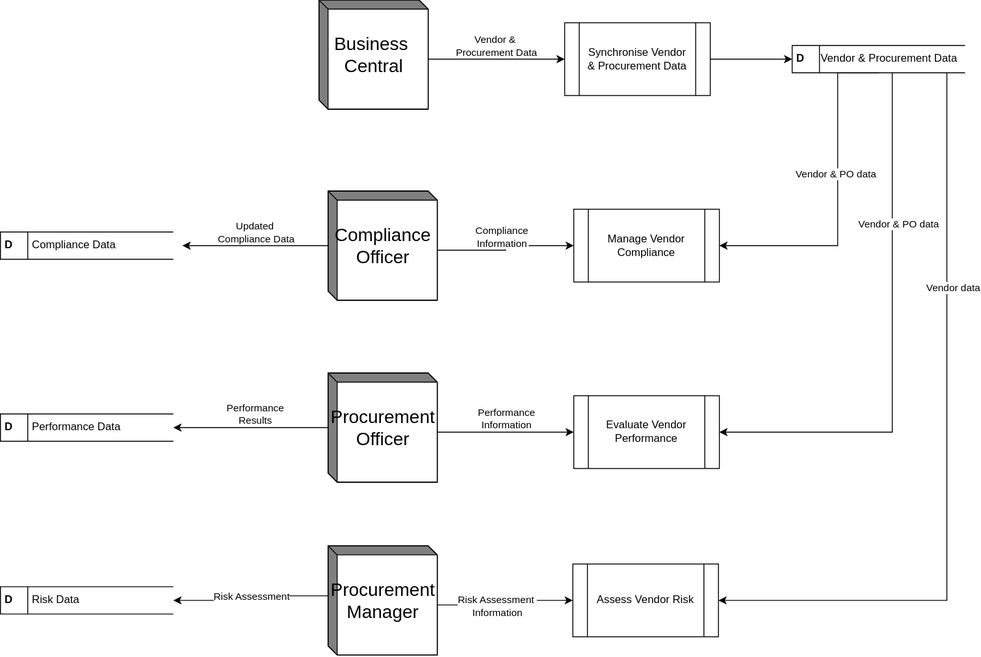
The draw.io diagram docs/diagrams/Logical Data Flow Diagram.svg in toushifhossain1/Procurement-Intelligence-Vendor-Risk-Platform, before a commit. Source tidied: cells renumbered, new cells last; positions are measured from the earlier drawing's top-left corner, leaving out a move shared by most shapes.
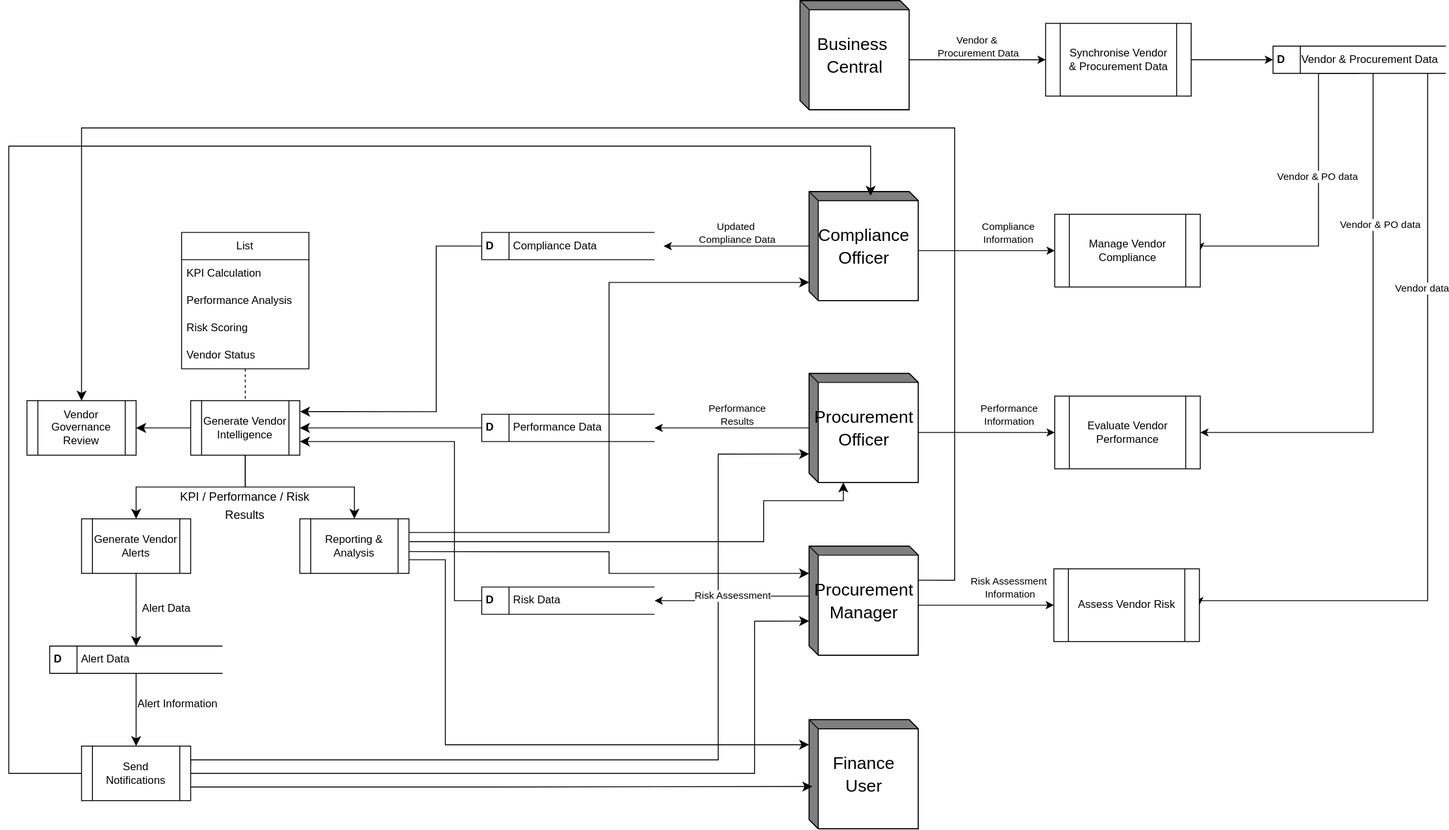
After the commit.

Commit message:
Added Logical DFD and inserted in the Software Design Document

Change to the diagram source:
```diff
@@ -2,6 +2,17 @@
   <root>
     <mxCell id="0" />
     <mxCell id="1" parent="0" />
+    <mxCell id="35" style="endArrow=classic;html=1;rounded=0;fontSize=12;startSize=8;endSize=8;entryX=0;entryY=0;entryDx=0;entryDy=82.5;entryPerimeter=0;exitX=1;exitY=0.25;exitDx=0;exitDy=0;edgeStyle=orthogonalEdgeStyle;" parent="1" edge="1">
+      <mxGeometry relative="1" as="geometry">
+        <mxPoint x="-320" y="841.2" as="sourcePoint" />
+        <mxPoint x="360" y="498.8" as="targetPoint" />
+        <Array as="points">
+          <mxPoint x="-320" y="835.2" />
+          <mxPoint x="260" y="835.2" />
+          <mxPoint x="260" y="498.8" />
+        </Array>
+      </mxGeometry>
+    </mxCell>
     <mxCell id="2" style="edgeStyle=orthogonalEdgeStyle;rounded=0;jettySize=auto;html=1;exitX=0;exitY=0;exitDx=120;exitDy=65;exitPerimeter=0;entryX=0;entryY=0.5;entryDx=0;entryDy=0;" parent="1" edge="1" source="4" target="6">
       <mxGeometry relative="1" as="geometry" />
     </mxCell>
@@ -10,7 +21,7 @@
         <mxPoint x="-2" y="-17" as="offset" />
       </mxGeometry>
     </mxCell>
-    <mxCell id="4" value="Business&amp;nbsp;&lt;div&gt;Central&lt;/div&gt;" style="html=1;dashed=0;whitespace=wrap;shape=mxgraph.dfd.externalEntity;rounded=1;shadow=0;glass=0;sketch=0;fontSize=20;startSize=23;" parent="1" vertex="1">
+    <mxCell id="4" value="&lt;font style=&quot;font-size: 19px;&quot;&gt;Business&amp;nbsp;&lt;/font&gt;&lt;div&gt;&lt;font style=&quot;font-size: 19px;&quot;&gt;Central&lt;/font&gt;&lt;/div&gt;" style="html=1;dashed=0;whitespace=wrap;shape=mxgraph.dfd.externalEntity;rounded=1;shadow=0;glass=0;sketch=0;fontSize=20;startSize=23;" parent="1" vertex="1">
       <mxGeometry x="350" width="120" height="120" as="geometry" />
     </mxCell>
     <mxCell id="5" style="edgeStyle=orthogonalEdgeStyle;rounded=0;jettySize=auto;html=1;exitX=1;exitY=0.5;exitDx=0;exitDy=0;entryX=0;entryY=0.5;entryDx=0;entryDy=0;" parent="1" edge="1" source="6" target="11">
@@ -52,7 +63,7 @@
     </mxCell>
     <mxCell id="13" value="Compliance &lt;br&gt;Information" style="edgeLabel;html=1;align=center;verticalAlign=middle;" parent="12" vertex="1">
       <mxGeometry x="-0.31" y="3" relative="1" as="geometry">
-        <mxPoint x="17" y="-12" as="offset" />
+        <mxPoint x="47" y="-17" as="offset" />
       </mxGeometry>
     </mxCell>
     <mxCell id="14" style="edgeStyle=orthogonalEdgeStyle;rounded=0;jettySize=auto;html=1;" parent="1" edge="1" source="16">
@@ -65,18 +76,18 @@
         <mxPoint x="12" y="-13" as="offset" />
       </mxGeometry>
     </mxCell>
-    <mxCell id="16" value="Compliance&lt;br&gt;Officer" style="html=1;dashed=0;whitespace=wrap;shape=mxgraph.dfd.externalEntity;rounded=1;shadow=0;glass=0;sketch=0;fontSize=20;startSize=23;" parent="1" vertex="1">
+    <mxCell id="16" value="&lt;font style=&quot;font-size: 19px;&quot;&gt;Compliance&lt;br&gt;Officer&lt;/font&gt;" style="html=1;dashed=0;whitespace=wrap;shape=mxgraph.dfd.externalEntity;rounded=1;shadow=0;glass=0;sketch=0;fontSize=20;startSize=23;" parent="1" vertex="1">
       <mxGeometry x="360" y="210" width="120" height="120" as="geometry" />
     </mxCell>
     <mxCell id="17" value="Manage Vendor Compliance" style="shape=process;whiteSpace=wrap;html=1;backgroundOutline=1;" parent="1" vertex="1">
-      <mxGeometry x="630" y="230" width="160" height="80" as="geometry" />
+      <mxGeometry x="630" y="235" width="160" height="80" as="geometry" />
     </mxCell>
     <mxCell id="18" style="edgeStyle=orthogonalEdgeStyle;rounded=0;jettySize=auto;html=1;exitX=0;exitY=0;exitDx=120;exitDy=65;exitPerimeter=0;entryX=0;entryY=0.5;entryDx=0;entryDy=0;" parent="1" edge="1" source="22" target="23">
       <mxGeometry relative="1" as="geometry" />
     </mxCell>
     <mxCell id="19" value="Performance&lt;div&gt;Information&lt;/div&gt;" style="edgeLabel;html=1;align=center;verticalAlign=middle;" parent="18" vertex="1">
       <mxGeometry x="0.03" relative="1" as="geometry">
-        <mxPoint x="-2" y="-15" as="offset" />
+        <mxPoint x="22" y="-20" as="offset" />
       </mxGeometry>
     </mxCell>
     <mxCell id="20" style="edgeStyle=orthogonalEdgeStyle;rounded=0;jettySize=auto;html=1;" parent="1" edge="1" source="22" target="33">
@@ -87,7 +98,7 @@
         <mxPoint x="13" y="-14" as="offset" />
       </mxGeometry>
     </mxCell>
-    <mxCell id="22" value="Procurement&lt;br&gt;Officer" style="html=1;dashed=0;whitespace=wrap;shape=mxgraph.dfd.externalEntity;rounded=1;shadow=0;glass=0;sketch=0;fontSize=20;startSize=23;" parent="1" vertex="1">
+    <mxCell id="22" value="&lt;font style=&quot;font-size: 19px;&quot;&gt;Procurement&lt;br&gt;Officer&lt;/font&gt;" style="html=1;dashed=0;whitespace=wrap;shape=mxgraph.dfd.externalEntity;rounded=1;shadow=0;glass=0;sketch=0;fontSize=20;startSize=23;" parent="1" vertex="1">
       <mxGeometry x="360" y="410" width="120" height="120" as="geometry" />
     </mxCell>
     <mxCell id="23" value="Evaluate Vendor Performance" style="shape=process;whiteSpace=wrap;html=1;backgroundOutline=1;" parent="1" vertex="1">
@@ -102,7 +113,9 @@
       <mxGeometry relative="1" as="geometry" />
     </mxCell>
     <mxCell id="26" value="Risk Assessment&amp;nbsp;&lt;div&gt;Information&lt;/div&gt;" style="edgeLabel;html=1;align=center;verticalAlign=middle;" parent="25" vertex="1">
-      <mxGeometry x="-0.14" y="-1" relative="1" as="geometry" />
+      <mxGeometry x="-0.14" y="-1" relative="1" as="geometry">
+        <mxPoint x="36" y="-21" as="offset" />
+      </mxGeometry>
     </mxCell>
     <mxCell id="27" style="edgeStyle=orthogonalEdgeStyle;rounded=0;jettySize=auto;html=1;exitX=0;exitY=0;exitDx=0;exitDy=55;exitPerimeter=0;entryX=1;entryY=0.5;entryDx=0;entryDy=0;" parent="1" edge="1" source="29" target="34">
       <mxGeometry relative="1" as="geometry" />
@@ -110,25 +123,166 @@
     <mxCell id="28" value="Risk Assessment" style="edgeLabel;html=1;align=center;verticalAlign=middle;" parent="27" vertex="1">
       <mxGeometry x="-0.04" relative="1" as="geometry" />
     </mxCell>
-    <mxCell id="29" value="Procurement&lt;br&gt;Manager" style="html=1;dashed=0;whitespace=wrap;shape=mxgraph.dfd.externalEntity;rounded=1;shadow=0;glass=0;sketch=0;fontSize=20;startSize=23;" parent="1" vertex="1">
+    <mxCell id="29" value="&lt;font style=&quot;font-size: 19px;&quot;&gt;Procurement&lt;br&gt;Manager&lt;/font&gt;" style="html=1;dashed=0;whitespace=wrap;shape=mxgraph.dfd.externalEntity;rounded=1;shadow=0;glass=0;sketch=0;fontSize=20;startSize=23;" parent="1" vertex="1">
       <mxGeometry x="360" y="600" width="120" height="120" as="geometry" />
     </mxCell>
     <mxCell id="30" value="Assess Vendor Risk" style="shape=process;whiteSpace=wrap;html=1;backgroundOutline=1;" parent="1" vertex="1">
-      <mxGeometry x="629" y="620" width="160" height="80" as="geometry" />
+      <mxGeometry x="629" y="625" width="160" height="80" as="geometry" />
     </mxCell>
     <mxCell id="31" value="Vendor data" style="edgeLabel;html=1;align=center;verticalAlign=middle;" parent="1" vertex="1">
-      <mxGeometry x="1050" y="290" as="geometry">
+      <mxGeometry x="1036" y="290" as="geometry">
         <mxPoint x="-3" y="26" as="offset" />
       </mxGeometry>
     </mxCell>
     <mxCell id="32" value="&lt;b&gt;D&lt;/b&gt;&lt;span style=&quot;white-space: pre;&quot;&gt;&#9;&lt;/span&gt;&amp;nbsp;Compliance&amp;nbsp;Data" style="html=1;dashed=0;whiteSpace=wrap;shape=mxgraph.dfd.dataStoreID;align=left;spacingLeft=3;points=[[0,0],[0.5,0],[1,0],[0,0.5],[1,0.5],[0,1],[0.5,1],[1,1]];" parent="1" vertex="1">
       <mxGeometry y="255" width="190" height="30" as="geometry" />
     </mxCell>
+    <mxCell id="36" style="edgeStyle=none;curved=1;rounded=0;jettySize=auto;html=1;exitX=0;exitY=0.5;exitDx=0;exitDy=0;entryX=1;entryY=0.5;entryDx=0;entryDy=0;fontSize=12;startSize=8;endSize=8;" parent="1" edge="1" source="33" target="40">
+      <mxGeometry relative="1" as="geometry" />
+    </mxCell>
     <mxCell id="33" value="&lt;b&gt;D&lt;/b&gt;&lt;span style=&quot;white-space: pre;&quot;&gt;&#9;&lt;/span&gt;&amp;nbsp;Performance Data" style="html=1;dashed=0;whiteSpace=wrap;shape=mxgraph.dfd.dataStoreID;align=left;spacingLeft=3;points=[[0,0],[0.5,0],[1,0],[0,0.5],[1,0.5],[0,1],[0.5,1],[1,1]];" parent="1" vertex="1">
       <mxGeometry y="455" width="190" height="30" as="geometry" />
     </mxCell>
+    <mxCell id="37" style="edgeStyle=orthogonalEdgeStyle;rounded=0;jettySize=auto;html=1;exitX=0;exitY=0.5;exitDx=0;exitDy=0;entryX=1;entryY=0.75;entryDx=0;entryDy=0;fontSize=12;startSize=8;endSize=8;" parent="1" edge="1" source="34" target="40">
+      <mxGeometry relative="1" as="geometry">
+        <Array as="points">
+          <mxPoint x="-30" y="660" />
+          <mxPoint x="-30" y="485" />
+        </Array>
+      </mxGeometry>
+    </mxCell>
     <mxCell id="34" value="&lt;b&gt;D&lt;/b&gt;&lt;span style=&quot;white-space: pre;&quot;&gt;&#9;&lt;/span&gt;&amp;nbsp;Risk Data" style="html=1;dashed=0;whiteSpace=wrap;shape=mxgraph.dfd.dataStoreID;align=left;spacingLeft=3;points=[[0,0],[0.5,0],[1,0],[0,0.5],[1,0.5],[0,1],[0.5,1],[1,1]];" parent="1" vertex="1">
       <mxGeometry y="645" width="190" height="30" as="geometry" />
     </mxCell>
+    <mxCell id="38" style="edgeStyle=orthogonalEdgeStyle;rounded=0;jettySize=auto;html=1;exitX=0.5;exitY=1;exitDx=0;exitDy=0;entryX=0.5;entryY=0;entryDx=0;entryDy=0;fontSize=12;startSize=8;endSize=8;" parent="1" edge="1" source="40" target="48">
+      <mxGeometry relative="1" as="geometry" />
+    </mxCell>
+    <mxCell id="39" style="edgeStyle=none;curved=1;rounded=0;jettySize=auto;html=1;exitX=0;exitY=0.5;exitDx=0;exitDy=0;entryX=1;entryY=0.5;entryDx=0;entryDy=0;fontSize=12;startSize=8;endSize=8;" parent="1" edge="1" source="40" target="66">
+      <mxGeometry relative="1" as="geometry" />
+    </mxCell>
+    <mxCell id="40" value="Generate Vendor Intelligence" style="shape=process;whiteSpace=wrap;html=1;backgroundOutline=1;" parent="1" vertex="1">
+      <mxGeometry x="-320" y="440" width="120" height="60" as="geometry" />
+    </mxCell>
+    <mxCell id="41" value="List" style="swimlane;fontStyle=0;horizontal=1;startSize=30;whiteSpace=wrap;html=1;" parent="1" vertex="1">
+      <mxGeometry x="-330" y="255" width="140" height="150" as="geometry" />
+    </mxCell>
+    <mxCell id="42" value="KPI Calculation" style="text;strokeColor=none;fillColor=none;align=left;verticalAlign=middle;spacingLeft=4;spacingRight=4;overflow=hidden;whiteSpace=wrap;html=1;" parent="41" vertex="1">
+      <mxGeometry y="30" width="140" height="30" as="geometry" />
+    </mxCell>
+    <mxCell id="43" value="Performance Analysis" style="text;strokeColor=none;fillColor=none;align=left;verticalAlign=middle;spacingLeft=4;spacingRight=4;overflow=hidden;whiteSpace=wrap;html=1;" parent="41" vertex="1">
+      <mxGeometry y="60" width="140" height="30" as="geometry" />
+    </mxCell>
+    <mxCell id="44" value="Risk Scoring" style="text;strokeColor=none;fillColor=none;align=left;verticalAlign=middle;spacingLeft=4;spacingRight=4;overflow=hidden;whiteSpace=wrap;html=1;" parent="41" vertex="1">
+      <mxGeometry y="90" width="140" height="30" as="geometry" />
+    </mxCell>
+    <mxCell id="45" value="Vendor Status" style="text;strokeColor=none;fillColor=none;align=left;verticalAlign=middle;spacingLeft=4;spacingRight=4;overflow=hidden;whiteSpace=wrap;html=1;" parent="41" vertex="1">
+      <mxGeometry y="120" width="140" height="30" as="geometry" />
+    </mxCell>
+    <mxCell id="46" style="endArrow=none;dashed=1;html=1;rounded=0;fontSize=12;startSize=8;endSize=8;curved=1;entryX=0.5;entryY=0;entryDx=0;entryDy=0;exitX=0.5;exitY=1;exitDx=0;exitDy=0;" parent="1" edge="1" source="41" target="40">
+      <mxGeometry relative="1" as="geometry" />
+    </mxCell>
+    <mxCell id="47" style="edgeStyle=orthogonalEdgeStyle;rounded=0;jettySize=auto;html=1;exitX=0;exitY=0.5;exitDx=0;exitDy=0;entryX=1.002;entryY=0.201;entryDx=0;entryDy=0;entryPerimeter=0;fontSize=12;startSize=8;endSize=8;" parent="1" edge="1" source="32" target="40">
+      <mxGeometry relative="1" as="geometry">
+        <Array as="points">
+          <mxPoint x="-50" y="270" />
+          <mxPoint x="-50" y="452.1" />
+        </Array>
+      </mxGeometry>
+    </mxCell>
+    <mxCell id="48" value="Generate Vendor Alerts" style="shape=process;whiteSpace=wrap;html=1;backgroundOutline=1;" parent="1" vertex="1">
+      <mxGeometry x="-440" y="570" width="120" height="60" as="geometry" />
+    </mxCell>
+    <mxCell id="49" value="Reporting &amp;amp; Analysis" style="shape=process;whiteSpace=wrap;html=1;backgroundOutline=1;" parent="1" vertex="1">
+      <mxGeometry x="-200" y="570" width="120" height="60" as="geometry" />
+    </mxCell>
+    <mxCell id="50" style="edgeStyle=orthogonalEdgeStyle;rounded=0;jettySize=auto;html=1;exitX=0.5;exitY=1;exitDx=0;exitDy=0;entryX=0.5;entryY=0;entryDx=0;entryDy=0;fontSize=12;startSize=8;endSize=8;" parent="1" edge="1" source="40" target="49">
+      <mxGeometry relative="1" as="geometry" />
+    </mxCell>
+    <mxCell id="51" value="&lt;font style=&quot;font-size: 13px;&quot;&gt;KPI / Performance / Risk&lt;/font&gt;&lt;div&gt;&lt;font style=&quot;font-size: 13px;&quot;&gt;Results&lt;/font&gt;&lt;/div&gt;" style="text;html=1;whiteSpace=wrap;strokeColor=none;fillColor=none;align=center;verticalAlign=middle;rounded=0;fontSize=16;" parent="1" vertex="1">
+      <mxGeometry x="-355" y="540" width="190" height="30" as="geometry" />
+    </mxCell>
+    <mxCell id="52" style="edgeStyle=none;curved=1;rounded=0;jettySize=auto;html=1;entryX=0.5;entryY=0;entryDx=0;entryDy=0;fontSize=12;startSize=8;endSize=8;" parent="1" edge="1" source="53" target="55">
+      <mxGeometry relative="1" as="geometry" />
+    </mxCell>
+    <mxCell id="53" value="&lt;b&gt;D&lt;/b&gt;&lt;span style=&quot;white-space: pre;&quot;&gt;&#9;&lt;/span&gt;&amp;nbsp;Alert Data" style="html=1;dashed=0;whiteSpace=wrap;shape=mxgraph.dfd.dataStoreID;align=left;spacingLeft=3;points=[[0,0],[0.5,0],[1,0],[0,0.5],[1,0.5],[0,1],[0.5,1],[1,1]];" parent="1" vertex="1">
+      <mxGeometry x="-475" y="710" width="190" height="30" as="geometry" />
+    </mxCell>
+    <mxCell id="54" style="edgeStyle=none;curved=1;rounded=0;jettySize=auto;html=1;exitX=0.5;exitY=1;exitDx=0;exitDy=0;entryX=0.5;entryY=0;entryDx=0;entryDy=0;fontSize=12;startSize=8;endSize=8;" parent="1" edge="1" source="48" target="53">
+      <mxGeometry relative="1" as="geometry" />
+    </mxCell>
+    <mxCell id="55" value="Send Notifications" style="shape=process;whiteSpace=wrap;html=1;backgroundOutline=1;" parent="1" vertex="1">
+      <mxGeometry x="-440" y="820" width="120" height="60" as="geometry" />
+    </mxCell>
+    <mxCell id="56" value="Alert Information" style="text;whiteSpace=wrap;html=1;" parent="1" vertex="1">
+      <mxGeometry x="-380" y="760" width="120" height="30" as="geometry" />
+    </mxCell>
+    <mxCell id="57" value="Alert Data" style="text;whiteSpace=wrap;html=1;" parent="1" vertex="1">
+      <mxGeometry x="-375" y="655" width="90" height="30" as="geometry" />
+    </mxCell>
+    <mxCell id="58" style="edgeStyle=none;curved=0;rounded=0;jettySize=auto;html=1;entryX=0.563;entryY=0.039;entryDx=0;entryDy=0;entryPerimeter=0;fontSize=12;startSize=8;endSize=8;" parent="1" edge="1" source="55" target="16">
+      <mxGeometry relative="1" as="geometry">
+        <Array as="points">
+          <mxPoint x="-520" y="850" />
+          <mxPoint x="-520" y="160" />
+          <mxPoint x="427.6" y="160" />
+        </Array>
+      </mxGeometry>
+    </mxCell>
+    <mxCell id="59" value="&lt;span style=&quot;font-size: 19px;&quot;&gt;Finance&lt;br&gt;User&lt;/span&gt;" style="html=1;dashed=0;whitespace=wrap;shape=mxgraph.dfd.externalEntity;rounded=1;shadow=0;glass=0;sketch=0;fontSize=20;startSize=23;" parent="1" vertex="1">
+      <mxGeometry x="360" y="791" width="120" height="120" as="geometry" />
+    </mxCell>
+    <mxCell id="60" style="edgeStyle=orthogonalEdgeStyle;rounded=0;jettySize=auto;html=1;exitX=1;exitY=0.5;exitDx=0;exitDy=0;entryX=0;entryY=0;entryDx=0;entryDy=82.5;entryPerimeter=0;fontSize=12;startSize=8;endSize=8;" parent="1" edge="1" source="55" target="29">
+      <mxGeometry relative="1" as="geometry">
+        <Array as="points">
+          <mxPoint x="300" y="850" />
+          <mxPoint x="300" y="682.5" />
+        </Array>
+      </mxGeometry>
+    </mxCell>
+    <mxCell id="61" style="edgeStyle=orthogonalEdgeStyle;rounded=0;jettySize=auto;html=1;exitX=1;exitY=0.75;exitDx=0;exitDy=0;entryX=0.029;entryY=0.612;entryDx=0;entryDy=0;entryPerimeter=0;fontSize=12;startSize=8;endSize=8;" parent="1" edge="1" source="55" target="59">
+      <mxGeometry relative="1" as="geometry" />
+    </mxCell>
+    <mxCell id="62" style="edgeStyle=orthogonalEdgeStyle;rounded=0;jettySize=auto;html=1;exitX=1.006;exitY=0.419;exitDx=0;exitDy=0;entryX=0;entryY=0;entryDx=37.5;entryDy=120;entryPerimeter=0;fontSize=12;startSize=8;endSize=8;exitPerimeter=0;" parent="1" edge="1" source="49" target="22">
+      <mxGeometry relative="1" as="geometry">
+        <Array as="points">
+          <mxPoint x="310" y="595.1" />
+          <mxPoint x="310" y="550" />
+          <mxPoint x="397.5" y="550" />
+        </Array>
+      </mxGeometry>
+    </mxCell>
+    <mxCell id="63" style="edgeStyle=orthogonalEdgeStyle;rounded=0;jettySize=auto;html=1;exitX=1;exitY=0.25;exitDx=0;exitDy=0;fontSize=12;startSize=8;endSize=8;entryX=0;entryY=0.833;entryDx=0;entryDy=0;entryPerimeter=0;" parent="1" edge="1" source="49" target="16">
+      <mxGeometry relative="1" as="geometry">
+        <Array as="points">
+          <mxPoint x="140" y="585" />
+          <mxPoint x="140" y="310" />
+        </Array>
+      </mxGeometry>
+    </mxCell>
+    <mxCell id="64" style="edgeStyle=orthogonalEdgeStyle;rounded=0;jettySize=auto;html=1;fontSize=12;startSize=8;endSize=8;exitX=1;exitY=0.602;exitDx=0;exitDy=0;exitPerimeter=0;" parent="1" edge="1" source="49">
+      <mxGeometry relative="1" as="geometry">
+        <mxPoint x="360" y="630" as="targetPoint" />
+      </mxGeometry>
+    </mxCell>
+    <mxCell id="65" style="edgeStyle=orthogonalEdgeStyle;rounded=0;jettySize=auto;html=1;exitX=1;exitY=0.75;exitDx=0;exitDy=0;entryX=0;entryY=0;entryDx=0;entryDy=27.5;entryPerimeter=0;fontSize=12;startSize=8;endSize=8;" parent="1" edge="1" source="49" target="59">
+      <mxGeometry relative="1" as="geometry">
+        <Array as="points">
+          <mxPoint x="-40" y="615" />
+          <mxPoint x="-40" y="818.5" />
+        </Array>
+      </mxGeometry>
+    </mxCell>
+    <mxCell id="66" value="Vendor Governance Review" style="shape=process;whiteSpace=wrap;html=1;backgroundOutline=1;" parent="1" vertex="1">
+      <mxGeometry x="-500" y="440" width="120" height="60" as="geometry" />
+    </mxCell>
+    <mxCell id="67" style="edgeStyle=orthogonalEdgeStyle;rounded=0;jettySize=auto;html=1;exitX=0;exitY=0;exitDx=120;exitDy=37.5;exitPerimeter=0;entryX=0.5;entryY=0;entryDx=0;entryDy=0;fontSize=12;startSize=8;endSize=8;" parent="1" edge="1" source="29" target="66">
+      <mxGeometry relative="1" as="geometry">
+        <Array as="points">
+          <mxPoint x="520" y="637.5" />
+          <mxPoint x="520" y="140" />
+          <mxPoint x="-440" y="140" />
+        </Array>
+      </mxGeometry>
+    </mxCell>
   </root>
 </mxGraphModel>
```
